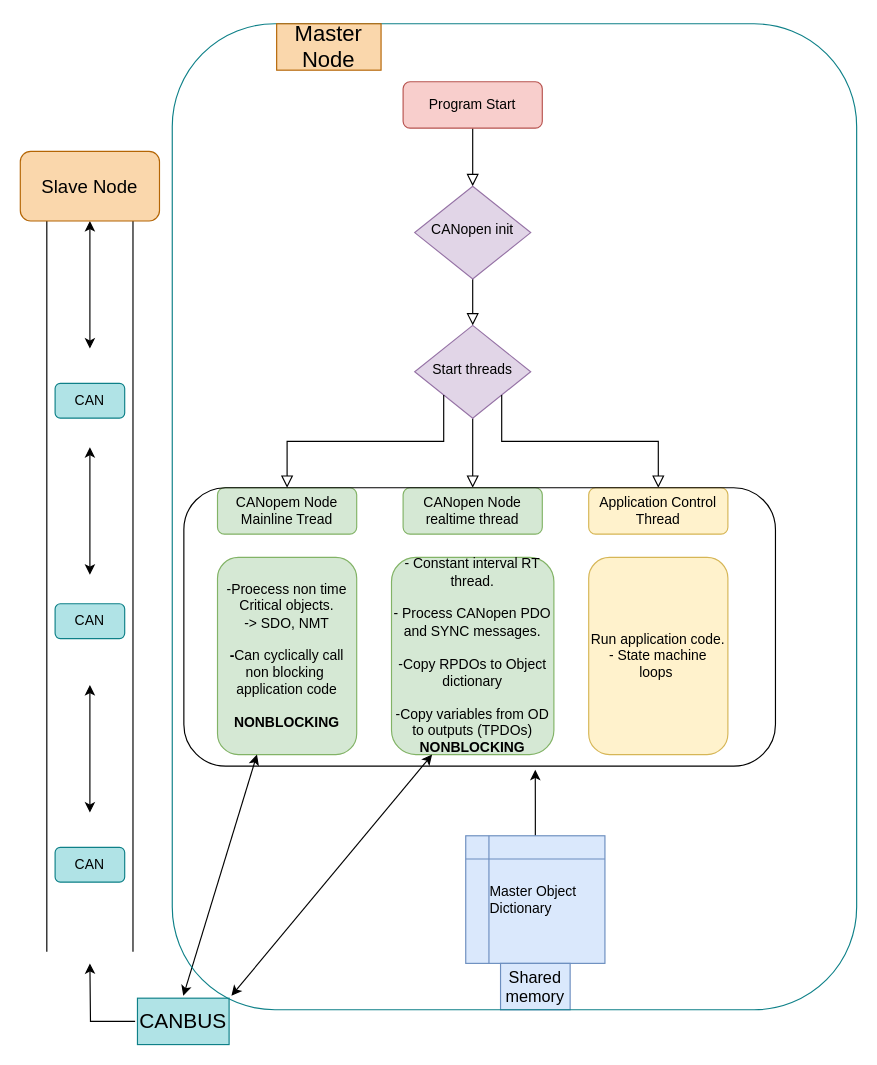
Earlier version of the draw.io diagram Docs/Diagrams/CORC_flow_chart.drawio (UniMelbHumanRoboticsLab/CANOpenRobotController). Source tidied: cells renumbered, new cells numbered last; positions are measured from the earlier drawing's top-left corner, leaving out a move shared by most shapes. Both pictures are drawn from the tidied source at 116%, with x=0, y=0 at pixel (20, 23).
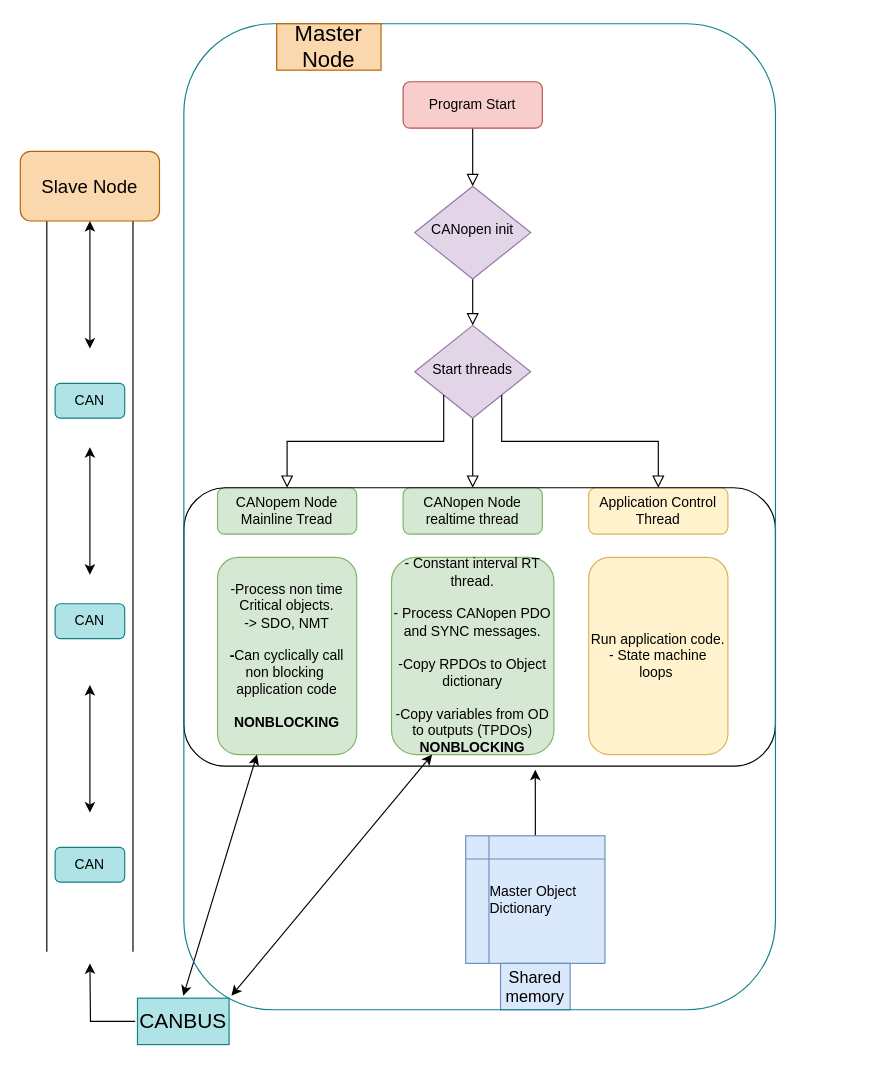
Above is the later version.

Change to the diagram source:
```diff
@@
-    <mxCell id="13" value="&lt;span style=&quot;font-weight: normal&quot;&gt;-Proecess non time Critical objects.&lt;/span&gt;&lt;br&gt;&lt;span style=&quot;font-weight: normal&quot;&gt;-&amp;gt; SDO, NMT&lt;/span&gt;&lt;br&gt;&lt;br&gt;-&lt;span style=&quot;font-weight: normal&quot;&gt;Can cyclically call non blocking&amp;nbsp; application code&lt;/span&gt;&lt;br&gt;&lt;br&gt;NONBLOCKING" style="rounded=1;whiteSpace=wrap;html=1;fontStyle=1;fillColor=#d5e8d4;strokeColor=#82b366;" parent="1" vertex="1">
+    <mxCell id="13" value="&lt;span style=&quot;font-weight: normal&quot;&gt;-Process non time Critical objects.&lt;/span&gt;&lt;br&gt;&lt;span style=&quot;font-weight: normal&quot;&gt;-&amp;gt; SDO, NMT&lt;/span&gt;&lt;br&gt;&lt;br&gt;-&lt;span style=&quot;font-weight: normal&quot;&gt;Can cyclically call non blocking&amp;nbsp; application code&lt;/span&gt;&lt;br&gt;&lt;br&gt;NONBLOCKING" style="rounded=1;whiteSpace=wrap;html=1;fontStyle=1;fillColor=#d5e8d4;strokeColor=#82b366;" parent="1" vertex="1">
       <mxGeometry x="170" y="460" width="120" height="170" as="geometry" />
     </mxCell>
@@
     <mxCell id="32" style="rounded=1;whiteSpace=wrap;html=1;strokeColor=#0e8088;strokeWidth=1;fillColor=none;gradientColor=#ffffff;" parent="1" vertex="1">
-      <mxGeometry x="131" width="590" height="850" as="geometry" />
+      <mxGeometry x="141" width="510" height="850" as="geometry" />
     </mxCell>
```
